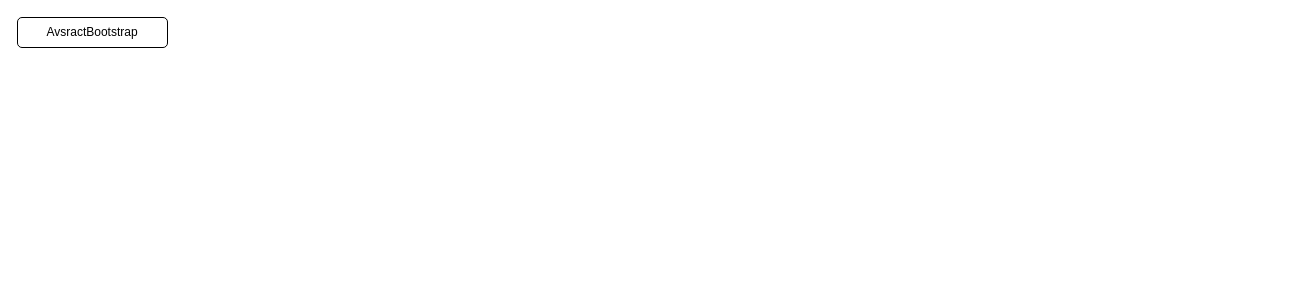
Above: Netty.drawio in EdwardWangYan/SpringCloud (draw.io), before the change. Source tidied: cells renumbered, new cells numbered last; positions are measured from the earlier drawing's top-left corner, leaving out a move shared by most shapes. Both pictures are drawn from the tidied source at 100%, with x=0, y=0 at pixel (17, 17).
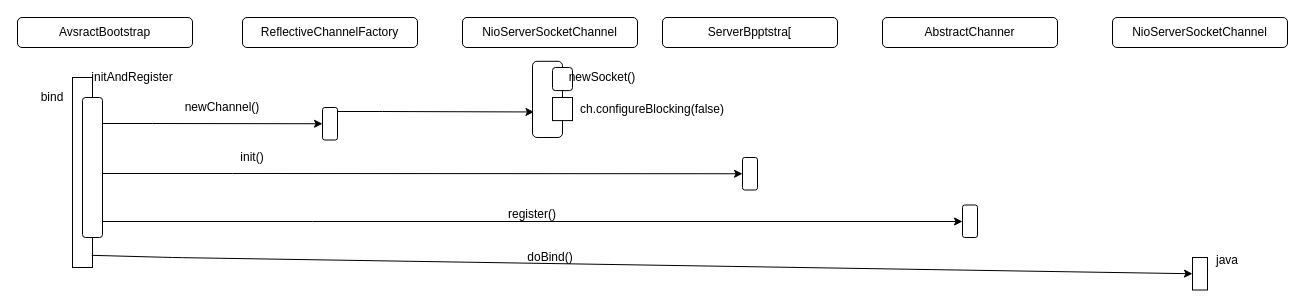
The same page after the edit.

Diff of the diagram source:
```diff
@@
     <mxCell id="2" value="AvsractBootstrap" style="rounded=1;whiteSpace=wrap;html=1;" parent="1" vertex="1">
-      <mxGeometry width="150" height="30" as="geometry" />
+      <mxGeometry width="175" height="30" as="geometry" />
     </mxCell>
+    <mxCell id="3" value="bind" style="text;html=1;strokeColor=none;fillColor=none;align=center;verticalAlign=middle;whiteSpace=wrap;rounded=0;" parent="1" vertex="1">
+      <mxGeometry x="15" y="70" width="40" height="20" as="geometry" />
+    </mxCell>
+    <mxCell id="4" style="edgeStyle=orthogonalEdgeStyle;rounded=0;jettySize=auto;html=1;entryX=0.5;entryY=1;entryDx=0;entryDy=0;" parent="1" edge="1" source="5" target="12">
+      <mxGeometry relative="1" as="geometry">
+        <Array as="points">
+          <mxPoint x="135" y="106" />
+          <mxPoint x="135" y="106" />
+        </Array>
+      </mxGeometry>
+    </mxCell>
+    <mxCell id="5" style="rounded=0;whiteSpace=wrap;html=1;" parent="1" vertex="1">
+      <mxGeometry x="55" y="60" width="20" height="190" as="geometry" />
+    </mxCell>
+    <mxCell id="6" style="edgeStyle=orthogonalEdgeStyle;rounded=0;jettySize=auto;html=1;entryX=0.5;entryY=1;entryDx=0;entryDy=0;" parent="1" edge="1" source="8" target="14">
+      <mxGeometry relative="1" as="geometry">
+        <Array as="points">
+          <mxPoint x="215" y="156" />
+          <mxPoint x="215" y="156" />
+        </Array>
+      </mxGeometry>
+    </mxCell>
+    <mxCell id="7" style="edgeStyle=orthogonalEdgeStyle;rounded=0;jettySize=auto;html=1;" parent="1" edge="1" source="8" target="24">
+      <mxGeometry relative="1" as="geometry">
+        <Array as="points">
+          <mxPoint x="295" y="204" />
+          <mxPoint x="295" y="204" />
+        </Array>
+      </mxGeometry>
+    </mxCell>
+    <mxCell id="8" style="rounded=1;whiteSpace=wrap;html=1;" parent="1" vertex="1">
+      <mxGeometry x="65" y="80" width="20" height="140" as="geometry" />
+    </mxCell>
+    <mxCell id="9" value="initAndRegister" style="text;html=1;strokeColor=none;fillColor=none;align=center;verticalAlign=middle;whiteSpace=wrap;rounded=0;" parent="1" vertex="1">
+      <mxGeometry x="95" y="50" width="40" height="20" as="geometry" />
+    </mxCell>
+    <mxCell id="10" value="ReflectiveChannelFactory" style="rounded=1;whiteSpace=wrap;html=1;" parent="1" vertex="1">
+      <mxGeometry x="225" width="175" height="30" as="geometry" />
+    </mxCell>
+    <mxCell id="11" style="edgeStyle=orthogonalEdgeStyle;rounded=0;jettySize=auto;html=1;entryX=0.665;entryY=0.951;entryDx=0;entryDy=0;entryPerimeter=0;" parent="1" edge="1" source="12" target="18">
+      <mxGeometry relative="1" as="geometry">
+        <Array as="points">
+          <mxPoint x="365" y="94" />
+          <mxPoint x="365" y="94" />
+        </Array>
+      </mxGeometry>
+    </mxCell>
+    <mxCell id="12" style="rounded=1;whiteSpace=wrap;html=1;direction=south;" parent="1" vertex="1">
+      <mxGeometry x="305" y="90" width="15" height="32.5" as="geometry" />
+    </mxCell>
+    <mxCell id="13" value="ServerBpptstra[" style="rounded=1;whiteSpace=wrap;html=1;" parent="1" vertex="1">
+      <mxGeometry x="645" width="175" height="30" as="geometry" />
+    </mxCell>
+    <mxCell id="14" style="rounded=1;whiteSpace=wrap;html=1;direction=south;" parent="1" vertex="1">
+      <mxGeometry x="725" y="140" width="15" height="32.5" as="geometry" />
+    </mxCell>
+    <mxCell id="15" value="newChannel()" style="text;html=1;strokeColor=none;fillColor=none;align=center;verticalAlign=middle;whiteSpace=wrap;rounded=0;" parent="1" vertex="1">
+      <mxGeometry x="185" y="80" width="40" height="20" as="geometry" />
+    </mxCell>
+    <mxCell id="16" value="init()" style="text;html=1;strokeColor=none;fillColor=none;align=center;verticalAlign=middle;whiteSpace=wrap;rounded=0;" parent="1" vertex="1">
+      <mxGeometry x="215" y="130" width="40" height="20" as="geometry" />
+    </mxCell>
+    <mxCell id="17" value="NioServerSocketChannel" style="rounded=1;whiteSpace=wrap;html=1;" parent="1" vertex="1">
+      <mxGeometry x="445" width="175" height="30" as="geometry" />
+    </mxCell>
+    <mxCell id="18" style="rounded=1;whiteSpace=wrap;html=1;direction=south;" parent="1" vertex="1">
+      <mxGeometry x="515" y="43.8" width="30" height="76.2" as="geometry" />
+    </mxCell>
+    <mxCell id="19" style="rounded=1;whiteSpace=wrap;html=1;direction=south;" parent="1" vertex="1">
+      <mxGeometry x="535" y="50" width="20" height="23.1" as="geometry" />
+    </mxCell>
+    <mxCell id="20" value="newSocket()" style="text;html=1;strokeColor=none;fillColor=none;align=center;verticalAlign=middle;whiteSpace=wrap;rounded=0;" parent="1" vertex="1">
+      <mxGeometry x="565" y="50" width="40" height="20" as="geometry" />
+    </mxCell>
+    <mxCell id="21" value="ch.configureBlocking(false)" style="text;html=1;strokeColor=none;fillColor=none;align=center;verticalAlign=middle;whiteSpace=wrap;rounded=0;" parent="1" vertex="1">
+      <mxGeometry x="615" y="81.6" width="40" height="20" as="geometry" />
+    </mxCell>
+    <mxCell id="22" style="rounded=1;whiteSpace=wrap;html=1;direction=south;arcSize=0;" parent="1" vertex="1">
+      <mxGeometry x="535" y="80" width="20" height="23.1" as="geometry" />
+    </mxCell>
+    <mxCell id="23" value="AbstractChanner" style="rounded=1;whiteSpace=wrap;html=1;" parent="1" vertex="1">
+      <mxGeometry x="865" width="175" height="30" as="geometry" />
+    </mxCell>
+    <mxCell id="24" style="rounded=1;whiteSpace=wrap;html=1;direction=south;" parent="1" vertex="1">
+      <mxGeometry x="945" y="187.5" width="15" height="32.5" as="geometry" />
+    </mxCell>
+    <mxCell id="25" value="register()" style="text;html=1;strokeColor=none;fillColor=none;align=center;verticalAlign=middle;whiteSpace=wrap;rounded=0;" parent="1" vertex="1">
+      <mxGeometry x="485" y="187.5" width="60" height="18" as="geometry" />
+    </mxCell>
+    <mxCell id="26" value="NioServerSocketChannel" style="rounded=1;whiteSpace=wrap;html=1;" parent="1" vertex="1">
+      <mxGeometry x="1095" width="175" height="30" as="geometry" />
+    </mxCell>
+    <mxCell id="27" style="rounded=1;whiteSpace=wrap;html=1;direction=south;arcSize=0;" parent="1" vertex="1">
+      <mxGeometry x="1175" y="240" width="15" height="32.5" as="geometry" />
+    </mxCell>
+    <mxCell id="28" style="endArrow=classic;html=1;entryX=0.5;entryY=1;entryDx=0;entryDy=0;exitX=0.962;exitY=0.936;exitDx=0;exitDy=0;exitPerimeter=0;" parent="1" edge="1" source="5" target="27">
+      <mxGeometry relative="1" as="geometry">
+        <Array as="points">
+          <mxPoint x="155" y="240" />
+        </Array>
+      </mxGeometry>
+    </mxCell>
+    <mxCell id="29" value="java" style="text;html=1;strokeColor=none;fillColor=none;align=center;verticalAlign=middle;whiteSpace=wrap;rounded=0;" parent="1" vertex="1">
+      <mxGeometry x="1190" y="230" width="40" height="26" as="geometry" />
+    </mxCell>
+    <mxCell id="30" value="doBind()" style="text;html=1;strokeColor=none;fillColor=none;align=center;verticalAlign=middle;whiteSpace=wrap;rounded=0;" parent="1" vertex="1">
+      <mxGeometry x="513" y="230" width="40" height="20" as="geometry" />
+    </mxCell>
```
